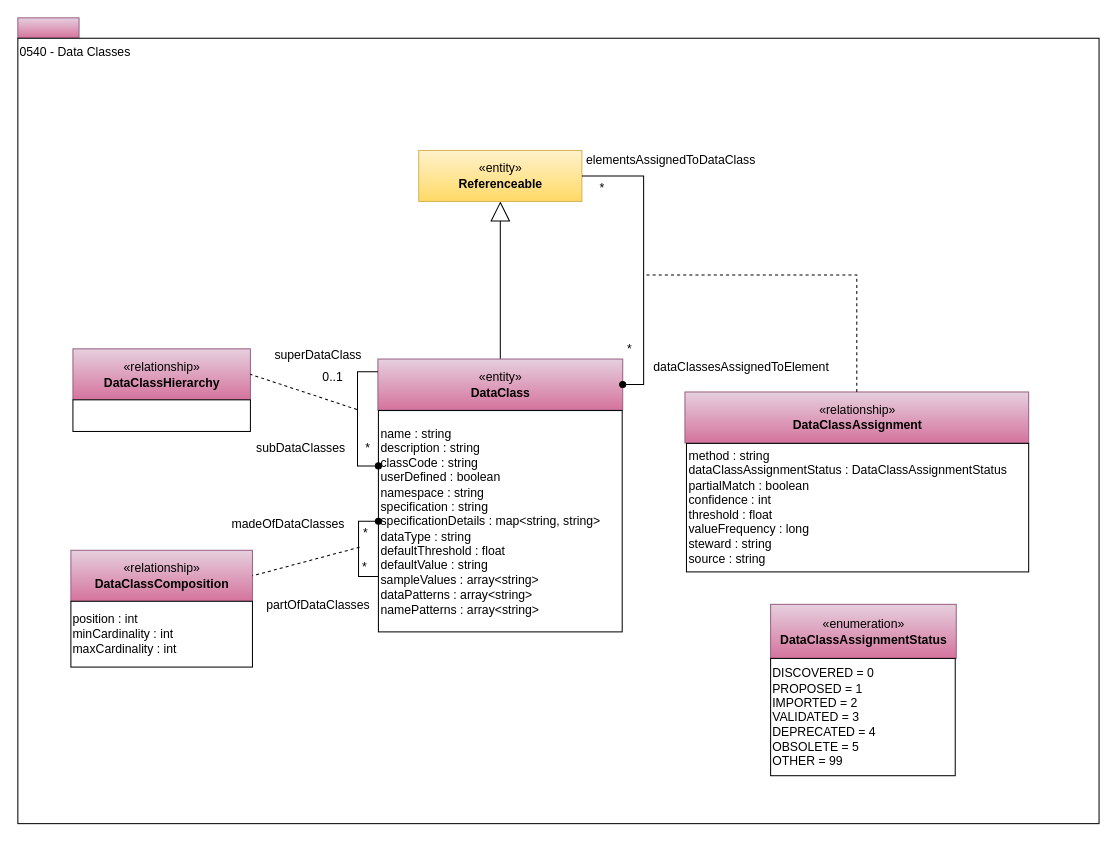
Before: page "0540-Data-Classes" (25 of 36) of site/docs/types/5/area-5-models-and-schema.drawio in odpi/egeria-docs, a draw.io diagram. Source tidied: cells renumbered, new cells numbered last; positions are measured from the earlier drawing's top-left corner, leaving out a move shared by most shapes. Both pictures are drawn from the tidied source at 102%, with x=0, y=0 at pixel (17, 17).
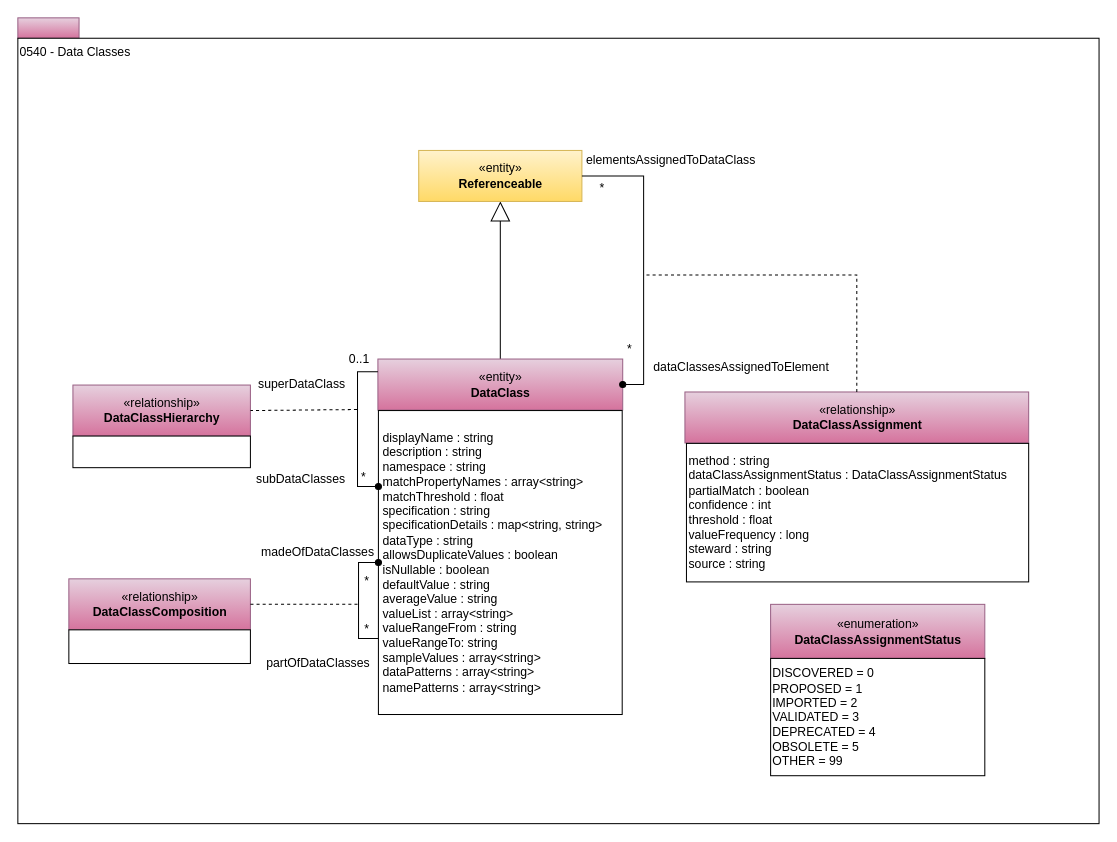
The same page after the edit.

The edit, as a diff of the source:
```diff
@@
-    <mxCell id="6" value="&lt;span&gt;name : string&lt;/span&gt;&lt;br&gt;&lt;span&gt;description : string&lt;/span&gt;&lt;br&gt;&lt;span&gt;classCode : string&lt;/span&gt;&lt;br&gt;&lt;span&gt;userDefined : boolean&lt;/span&gt;&lt;br&gt;&lt;span&gt;namespace : string&lt;/span&gt;&lt;br&gt;&lt;span&gt;specification : string&lt;/span&gt;&lt;br&gt;&lt;span&gt;specificationDetails : map&amp;lt;string, string&amp;gt;&lt;/span&gt;&lt;div&gt;&lt;span&gt;dataType : string&lt;/span&gt;&lt;/div&gt;&lt;div&gt;&lt;span&gt;defaultThreshold : float&lt;/span&gt;&lt;/div&gt;&lt;div&gt;&lt;span style=&quot;background-color: transparent; color: light-dark(rgb(0, 0, 0), rgb(255, 255, 255));&quot;&gt;defaultValue : string&lt;/span&gt;&lt;br&gt;&lt;/div&gt;&lt;div&gt;sampleValues : array&amp;lt;string&amp;gt;&lt;br&gt;dataPatterns : array&amp;lt;string&amp;gt;&lt;br&gt;namePatterns : array&amp;lt;string&amp;gt;&lt;span&gt;&lt;/span&gt;&lt;/div&gt;" style="rounded=0;whiteSpace=wrap;html=1;strokeColor=#000000;gradientColor=#ffffff;align=left;" parent="1" vertex="1">
-      <mxGeometry x="353.5" y="385" width="239" height="217" as="geometry" />
+    <mxCell id="6" value="&lt;span&gt;displayName : string&lt;/span&gt;&lt;br&gt;&lt;span&gt;description : string&lt;/span&gt;&lt;br&gt;&lt;span&gt;namespace : string&lt;/span&gt;&lt;div&gt;matchPropertyNames : array&amp;lt;string&amp;gt;&lt;/div&gt;&lt;div&gt;&lt;div&gt;matchThreshold : float&lt;/div&gt;&lt;div&gt;&lt;/div&gt;&lt;span&gt;specification : string&lt;/span&gt;&lt;br&gt;&lt;span&gt;specificationDetails : map&amp;lt;string, string&amp;gt;&lt;/span&gt;&lt;div&gt;&lt;span&gt;dataType : string&lt;/span&gt;&lt;/div&gt;&lt;div&gt;&lt;span style=&quot;background-color: transparent; color: light-dark(rgb(0, 0, 0), rgb(255, 255, 255));&quot;&gt;allowsDuplicateValues : boolean&lt;/span&gt;&lt;/div&gt;&lt;div&gt;&lt;span style=&quot;background-color: transparent; color: light-dark(rgb(0, 0, 0), rgb(255, 255, 255));&quot;&gt;isNullable : boolean&lt;/span&gt;&lt;/div&gt;&lt;div&gt;&lt;div&gt;&lt;/div&gt;&lt;/div&gt;&lt;div&gt;&lt;span style=&quot;background-color: transparent; color: light-dark(rgb(0, 0, 0), rgb(255, 255, 255));&quot;&gt;defaultValue : string&lt;/span&gt;&lt;br&gt;&lt;/div&gt;&lt;div&gt;&lt;span style=&quot;background-color: transparent; color: light-dark(rgb(0, 0, 0), rgb(255, 255, 255));&quot;&gt;averageValue : string&lt;/span&gt;&lt;/div&gt;&lt;div&gt;valueList : array&amp;lt;string&amp;gt;&lt;/div&gt;&lt;div&gt;valueRangeFrom : string&lt;/div&gt;&lt;div&gt;valueRangeTo: string&lt;/div&gt;&lt;div&gt;sampleValues : array&amp;lt;string&amp;gt;&lt;br&gt;dataPatterns : array&amp;lt;string&amp;gt;&lt;br&gt;namePatterns : array&amp;lt;string&amp;gt;&lt;span&gt;&lt;/span&gt;&lt;/div&gt;&lt;/div&gt;" style="rounded=0;whiteSpace=wrap;html=1;strokeColor=#000000;gradientColor=#ffffff;align=left;spacingLeft=2;" parent="1" vertex="1">
+      <mxGeometry x="353.5" y="385" width="239" height="298" as="geometry" />
     </mxCell>
@@
     <mxCell id="8" value="«relationship»&lt;br&gt;&lt;b&gt;DataClassHierarchy&lt;/b&gt;" style="html=1;strokeColor=#996185;align=center;fillColor=#e6d0de;gradientColor=#d5739d;" parent="1" vertex="1">
-      <mxGeometry x="54" y="324.5" width="174" height="50" as="geometry" />
+      <mxGeometry x="54" y="360" width="174" height="50" as="geometry" />
     </mxCell>
@@
     <mxCell id="10" style="rounded=0;whiteSpace=wrap;html=1;strokeColor=#000000;gradientColor=#ffffff;align=center;" parent="1" vertex="1">
-      <mxGeometry x="54" y="374.5" width="174" height="31" as="geometry" />
+      <mxGeometry x="54" y="410" width="174" height="31" as="geometry" />
     </mxCell>
@@
     <mxCell id="15" value="«enumeration»&lt;br&gt;&lt;b&gt;DataClassAssignmentStatus&lt;/b&gt;" style="html=1;strokeColor=#996185;align=center;fillColor=#e6d0de;gradientColor=#d5739d;" parent="1" vertex="1">
-      <mxGeometry x="738" y="575" width="182" height="53" as="geometry" />
+      <mxGeometry x="738" y="575" width="210" height="53" as="geometry" />
     </mxCell>
     <mxCell id="16" value="DISCOVERED = 0&lt;br&gt;PROPOSED = 1&lt;br&gt;IMPORTED = 2&lt;br&gt;VALIDATED = 3&lt;br&gt;DEPRECATED = 4&lt;br&gt;OBSOLETE = 5&lt;br&gt;OTHER = 99&lt;br&gt;" style="rounded=0;whiteSpace=wrap;html=1;strokeColor=#000000;gradientColor=#ffffff;align=left;" parent="1" vertex="1">
-      <mxGeometry x="738" y="628" width="181" height="115" as="geometry" />
+      <mxGeometry x="738" y="628" width="210" height="115" as="geometry" />
     </mxCell>
@@
     <mxCell id="18" value="&lt;span&gt;method : string&lt;/span&gt;&lt;br&gt;&lt;span&gt;dataClassAssignmentStatus : DataClassAssignmentStatus&lt;/span&gt;&lt;br&gt;&lt;span&gt;partialMatch : boolean&lt;/span&gt;&lt;br&gt;&lt;span&gt;confidence : int&lt;/span&gt;&lt;br&gt;&lt;span&gt;threshold : float&lt;/span&gt;&lt;br&gt;&lt;span&gt;valueFrequency : long&lt;/span&gt;&lt;br&gt;&lt;span&gt;steward : string&lt;/span&gt;&lt;br&gt;&lt;span&gt;source : string&lt;/span&gt;" style="rounded=0;whiteSpace=wrap;html=1;strokeColor=#000000;gradientColor=#ffffff;align=left;" parent="1" vertex="1">
-      <mxGeometry x="655.5" y="417.2" width="335.5" height="126" as="geometry" />
+      <mxGeometry x="655.5" y="417.2" width="335.5" height="135.8" as="geometry" />
     </mxCell>
@@
     <mxCell id="20" value="«relationship»&lt;br&gt;&lt;b&gt;DataClassComposition&lt;/b&gt;" style="html=1;strokeColor=#996185;align=center;fillColor=#e6d0de;gradientColor=#d5739d;" parent="1" vertex="1">
-      <mxGeometry x="52" y="522" width="178" height="50" as="geometry" />
+      <mxGeometry x="50" y="550" width="178" height="50" as="geometry" />
     </mxCell>
     <mxCell id="21" style="endArrow=none;dashed=1;html=1;entryX=1;entryY=0.5;" parent="1" edge="1" target="20">
       <mxGeometry relative="1" as="geometry">
-        <mxPoint x="335" y="519" as="sourcePoint" />
+        <mxPoint x="333" y="575" as="sourcePoint" />
       </mxGeometry>
     </mxCell>
-    <mxCell id="22" value="position : int&lt;br&gt;minCardinality : int&lt;br&gt;maxCardinality : int" style="rounded=0;whiteSpace=wrap;html=1;strokeColor=#000000;gradientColor=#ffffff;align=left;" parent="1" vertex="1">
-      <mxGeometry x="52" y="572" width="178" height="64.5" as="geometry" />
+    <mxCell id="22" style="rounded=0;whiteSpace=wrap;html=1;strokeColor=#000000;gradientColor=#ffffff;align=left;" parent="1" vertex="1">
+      <mxGeometry x="50" y="600" width="178" height="33" as="geometry" />
     </mxCell>
     <mxCell id="23" value="superDataClass" style="text;html=1;align=left;verticalAlign=top;spacingTop=-4;" parent="1" vertex="1">
-      <mxGeometry x="249.5" y="320.5" width="95" height="14" as="geometry" />
+      <mxGeometry x="234" y="349" width="95" height="14" as="geometry" />
     </mxCell>
     <mxCell id="24" value="0..1" style="text;html=1;align=left;verticalAlign=top;spacingTop=-4;" parent="1" vertex="1">
-      <mxGeometry x="297" y="342.5" width="30" height="14" as="geometry" />
+      <mxGeometry x="323" y="325" width="30" height="14" as="geometry" />
     </mxCell>
     <mxCell id="25" value="*" style="text;html=1;align=left;verticalAlign=top;spacingTop=-4;" parent="1" vertex="1">
-      <mxGeometry x="338.5" y="412" width="15" height="14" as="geometry" />
+      <mxGeometry x="335" y="441" width="15" height="14" as="geometry" />
     </mxCell>
     <mxCell id="26" value="subDataClasses" style="text;html=1;align=left;verticalAlign=top;spacingTop=-4;" parent="1" vertex="1">
-      <mxGeometry x="232" y="412" width="97" height="14" as="geometry" />
+      <mxGeometry x="232" y="443" width="97" height="14" as="geometry" />
     </mxCell>
     <mxCell id="27" value="*" style="text;html=1;align=left;verticalAlign=top;spacingTop=-4;" parent="1" vertex="1">
-      <mxGeometry x="336.5" y="494.5" width="15" height="14" as="geometry" />
+      <mxGeometry x="338" y="590" width="15" height="14" as="geometry" />
     </mxCell>
     <mxCell id="28" value="*" style="text;html=1;align=left;verticalAlign=top;spacingTop=-4;" parent="1" vertex="1">
-      <mxGeometry x="336" y="529.2" width="15" height="14" as="geometry" />
+      <mxGeometry x="338" y="543.2" width="15" height="14" as="geometry" />
     </mxCell>
     <mxCell id="29" value="madeOfDataClasses" style="text;html=1;align=left;verticalAlign=top;spacingTop=-4;" parent="1" vertex="1">
-      <mxGeometry x="208" y="486.5" width="121" height="14" as="geometry" />
+      <mxGeometry x="236.5" y="514" width="121" height="14" as="geometry" />
     </mxCell>
     <mxCell id="30" value="partOfDataClasses" style="text;html=1;align=left;verticalAlign=top;spacingTop=-4;" parent="1" vertex="1">
-      <mxGeometry x="242" y="566" width="111" height="14" as="geometry" />
+      <mxGeometry x="241.5" y="622.5" width="111" height="14" as="geometry" />
     </mxCell>
@@
     <mxCell id="32" style="edgeStyle=orthogonalEdgeStyle;rounded=0;orthogonalLoop=1;jettySize=auto;html=1;exitX=0;exitY=0.5;exitDx=0;exitDy=0;entryX=0;entryY=0.75;entryDx=0;entryDy=0;endArrow=none;endFill=0;startArrow=oval;startFill=1;" parent="1" edge="1" source="6" target="6">
       <mxGeometry relative="1" as="geometry">
         <Array as="points">
-          <mxPoint x="334" y="494" />
-          <mxPoint x="334" y="548" />
+          <mxPoint x="334" y="534" />
+          <mxPoint x="334" y="609" />
         </Array>
       </mxGeometry>
     </mxCell>
```
